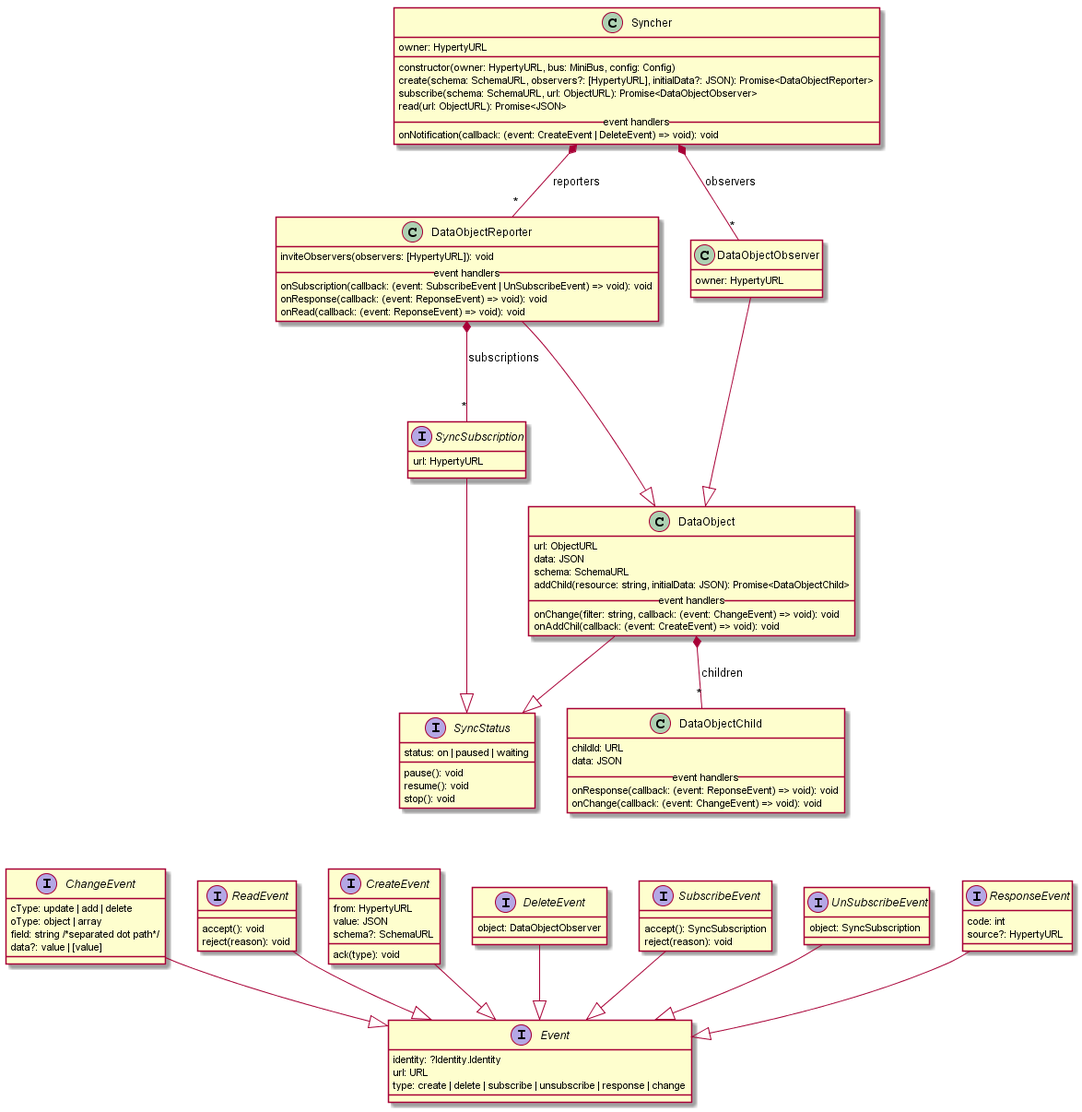
Earlier version of the PlantUML export docs/specs/service-framework/SyncherAPI.png (reTHINK-project/dev-service-framework).
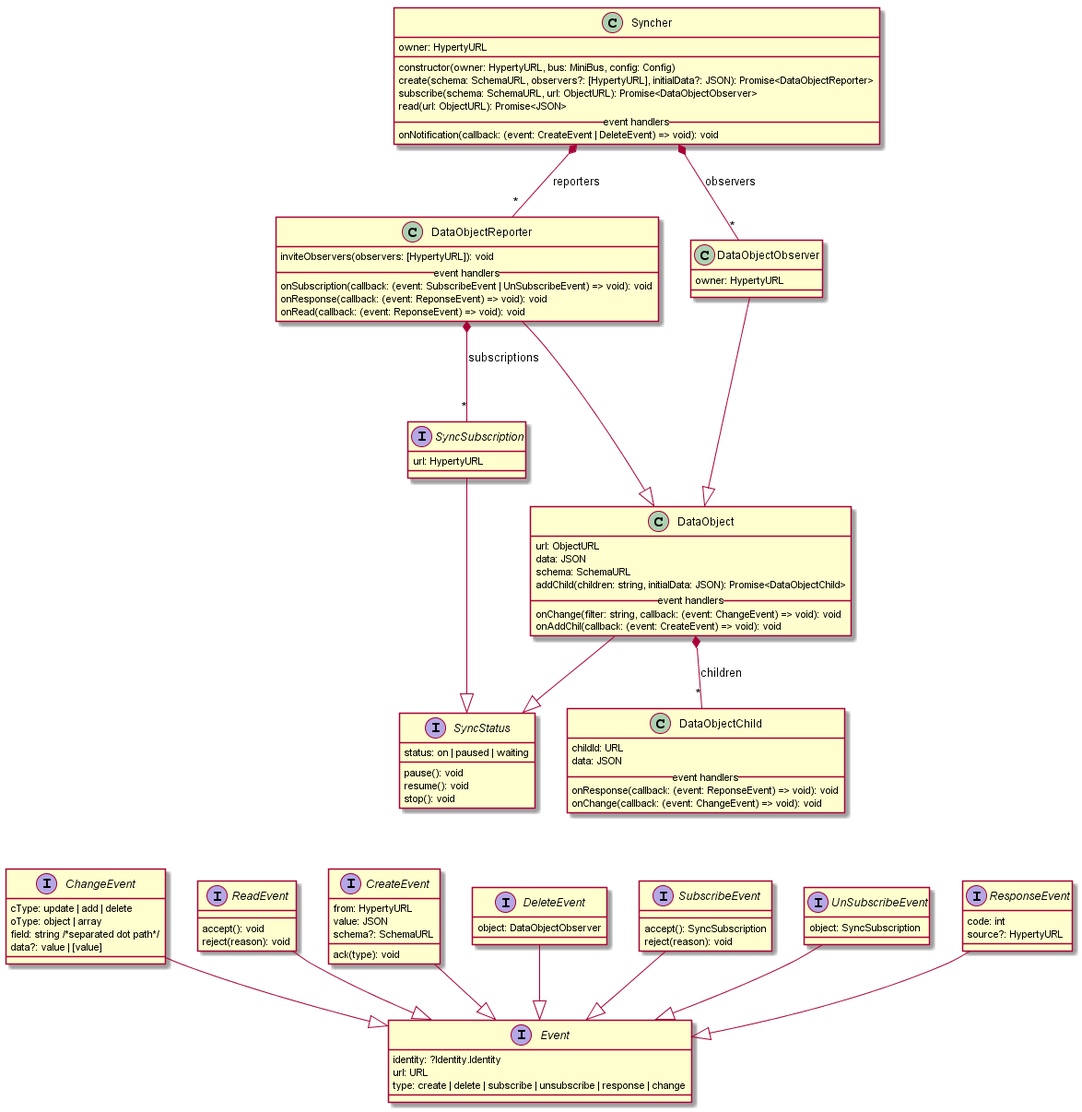
After the commit.

Commit message:
Syncher: renamed "resource" parameter of DataObject.addChild to "children"

Diff of the diagram source:
```diff
@@ -26,7 +26,7 @@
   url: ObjectURL
   data: JSON
   schema: SchemaURL
-  addChild(resource: string, initialData: JSON): Promise<DataObjectChild>
+  addChild(children: string, initialData: JSON): Promise<DataObjectChild>
   __ event handlers __
   onChange(filter: string, callback: (event: ChangeEvent) => void): void
   onAddChil(callback: (event: CreateEvent) => void): void
```
